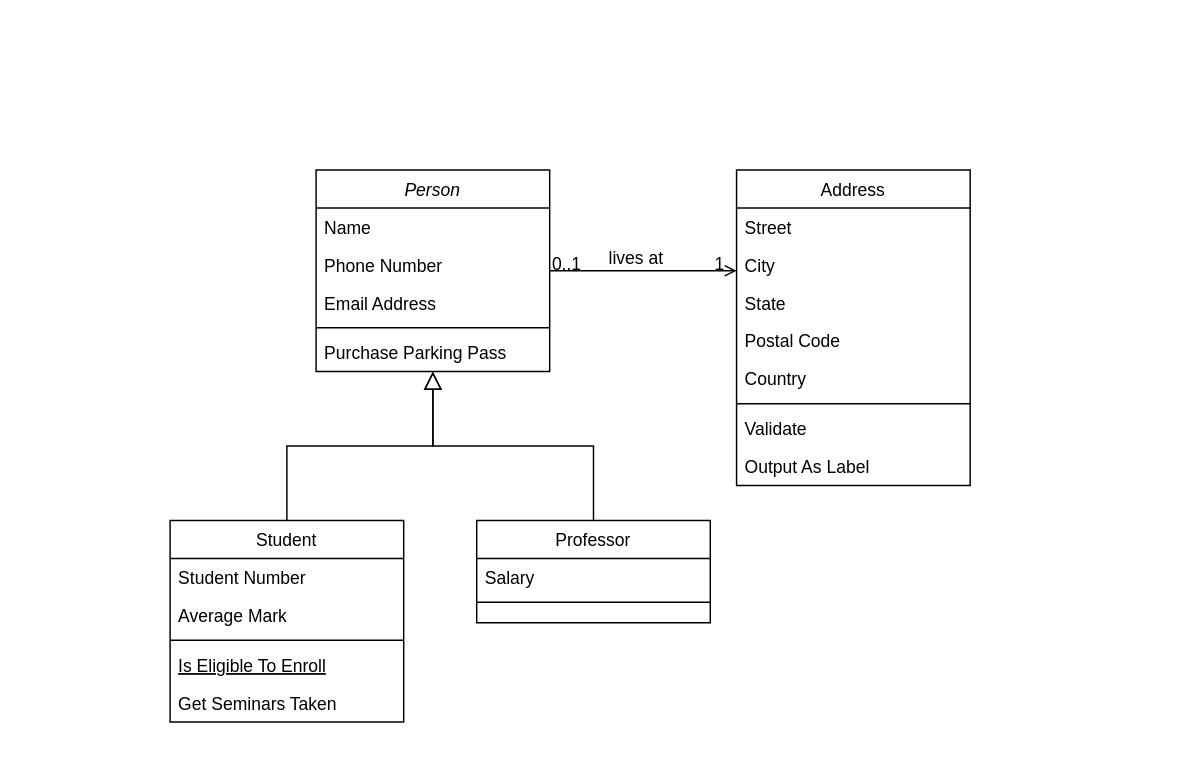
This is website/Untitled Diagram.drawio from Diegotes-DH/grupo_12_Sk8, a draw.io file, before an edit. Source tidied: cells renumbered, new cells numbered last; positions are measured from the earlier drawing's top-left corner, leaving out a move shared by most shapes. Both pictures are drawn from the tidied source at 146%, with x=0, y=0 at pixel (169, 169).
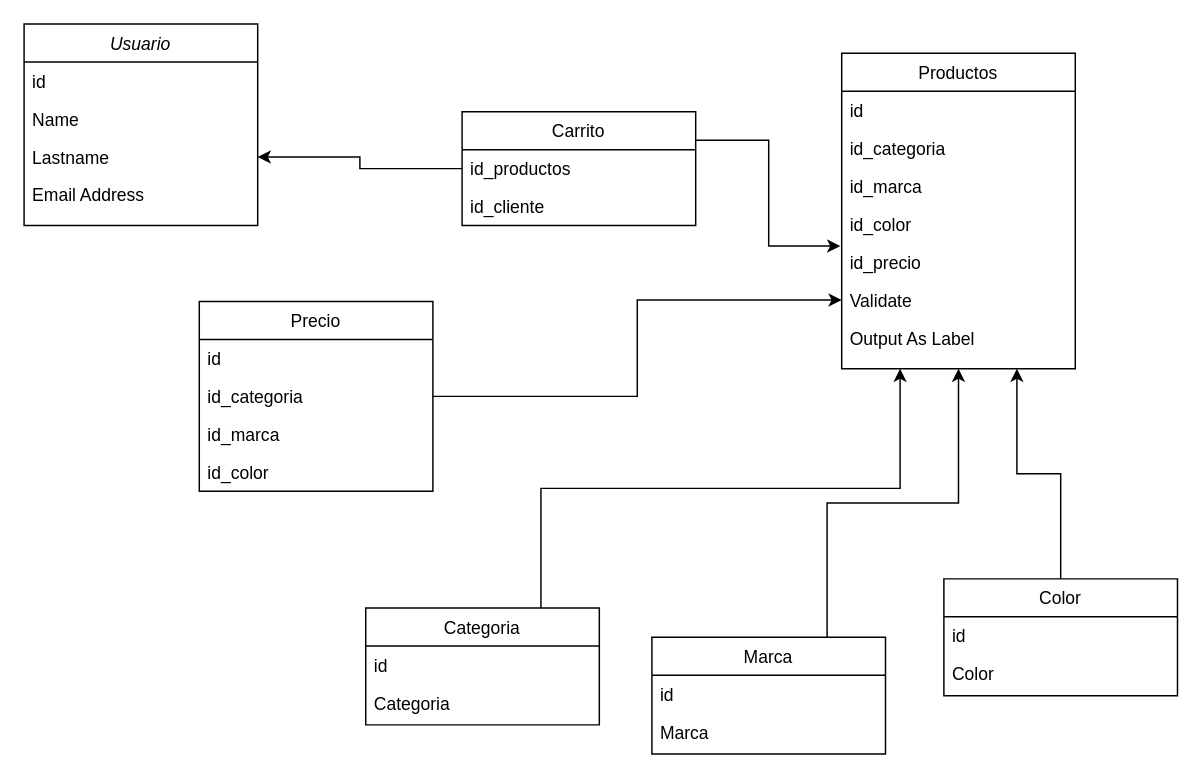
The same page after the edit.

Commit message:
Update database Diagram

Change to the diagram source:
```diff
@@
-    <mxCell id="2" value="Person" style="swimlane;fontStyle=2;align=center;verticalAlign=top;horizontal=1;startSize=26;rounded=0;shadow=0;strokeWidth=1;" parent="1" vertex="1">
-      <mxGeometry x="100" width="160" height="138" as="geometry" />
+    <mxCell id="2" value="Usuario" style="swimlane;fontStyle=2;align=center;verticalAlign=top;horizontal=1;startSize=26;rounded=0;shadow=0;strokeWidth=1;" parent="1" vertex="1">
+      <mxGeometry x="-100" y="-100" width="160" height="138" as="geometry" />
     </mxCell>
-    <mxCell id="3" value="Name" style="text;align=left;verticalAlign=top;spacingLeft=4;spacingRight=4;overflow=hidden;" parent="2" vertex="1">
+    <mxCell id="3" value="id" style="text;align=left;verticalAlign=top;spacingLeft=4;spacingRight=4;overflow=hidden;" parent="2" vertex="1">
       <mxGeometry y="26" width="160" height="26" as="geometry" />
     </mxCell>
-    <mxCell id="4" value="Phone Number" style="text;align=left;verticalAlign=top;spacingLeft=4;spacingRight=4;overflow=hidden;rounded=0;shadow=0;html=0;" parent="2" vertex="1">
+    <mxCell id="4" value="Name" style="text;align=left;verticalAlign=top;spacingLeft=4;spacingRight=4;overflow=hidden;rounded=0;shadow=0;html=0;" parent="2" vertex="1">
       <mxGeometry y="52" width="160" height="26" as="geometry" />
     </mxCell>
-    <mxCell id="5" value="Email Address" style="text;align=left;verticalAlign=top;spacingLeft=4;spacingRight=4;overflow=hidden;points=[[0,0.5],[1,0.5]];portConstraint=eastwest;rounded=0;shadow=0;html=0;" parent="2" vertex="1">
+    <mxCell id="5" value="Lastname" style="text;align=left;verticalAlign=top;spacingLeft=4;spacingRight=4;overflow=hidden;points=[[0,0.5],[1,0.5]];portConstraint=eastwest;rounded=0;shadow=0;html=0;" parent="2" vertex="1">
       <mxGeometry y="78" width="160" height="26" as="geometry" />
     </mxCell>
-    <mxCell id="6" style="line;html=1;strokeWidth=1;align=left;verticalAlign=middle;spacingTop=-1;spacingLeft=3;spacingRight=3;labelPosition=right;" parent="2" vertex="1">
-      <mxGeometry y="104" width="160" height="8" as="geometry" />
-    </mxCell>
-    <mxCell id="7" value="Purchase Parking Pass" style="text;align=left;verticalAlign=top;spacingLeft=4;spacingRight=4;overflow=hidden;" parent="2" vertex="1">
-      <mxGeometry y="112" width="160" height="26" as="geometry" />
+    <mxCell id="7" value="Email Address" style="text;align=left;verticalAlign=top;spacingLeft=4;spacingRight=4;overflow=hidden;" parent="2" vertex="1">
+      <mxGeometry y="104" width="160" height="26" as="geometry" />
     </mxCell>
+    <mxCell id="32" style="edgeStyle=orthogonalEdgeStyle;rounded=0;jettySize=auto;html=1;exitX=0.5;exitY=0;exitDx=0;exitDy=0;entryX=0.75;entryY=1;entryDx=0;entryDy=0;" parent="1" edge="1" source="8" target="19">
+      <mxGeometry relative="1" as="geometry" />
+    </mxCell>
-    <mxCell id="8" value="Student" style="swimlane;fontStyle=0;align=center;verticalAlign=top;horizontal=1;startSize=26;rounded=0;shadow=0;strokeWidth=1;" parent="1" vertex="1">
-      <mxGeometry y="240" width="160" height="138" as="geometry" />
+    <mxCell id="8" value="Color" style="swimlane;fontStyle=0;align=center;verticalAlign=top;horizontal=1;startSize=26;rounded=0;shadow=0;strokeWidth=1;" parent="1" vertex="1">
+      <mxGeometry x="530" y="280" width="160" height="80" as="geometry" />
     </mxCell>
-    <mxCell id="9" value="Student Number" style="text;align=left;verticalAlign=top;spacingLeft=4;spacingRight=4;overflow=hidden;" parent="8" vertex="1">
+    <mxCell id="9" value="id" style="text;align=left;verticalAlign=top;spacingLeft=4;spacingRight=4;overflow=hidden;" parent="8" vertex="1">
       <mxGeometry y="26" width="160" height="26" as="geometry" />
     </mxCell>
-    <mxCell id="10" value="Average Mark" style="text;align=left;verticalAlign=top;spacingLeft=4;spacingRight=4;overflow=hidden;rounded=0;shadow=0;html=0;" parent="8" vertex="1">
+    <mxCell id="10" value="Color" style="text;align=left;verticalAlign=top;spacingLeft=4;spacingRight=4;overflow=hidden;rounded=0;shadow=0;html=0;" parent="8" vertex="1">
       <mxGeometry y="52" width="160" height="26" as="geometry" />
     </mxCell>
-    <mxCell id="11" style="line;html=1;strokeWidth=1;align=left;verticalAlign=middle;spacingTop=-1;spacingLeft=3;spacingRight=3;labelPosition=right;" parent="8" vertex="1">
-      <mxGeometry y="78" width="160" height="8" as="geometry" />
-    </mxCell>
-    <mxCell id="12" value="Is Eligible To Enroll" style="text;align=left;verticalAlign=top;spacingLeft=4;spacingRight=4;overflow=hidden;fontStyle=4;" parent="8" vertex="1">
-      <mxGeometry y="86" width="160" height="26" as="geometry" />
-    </mxCell>
-    <mxCell id="13" value="Get Seminars Taken" style="text;align=left;verticalAlign=top;spacingLeft=4;spacingRight=4;overflow=hidden;" parent="8" vertex="1">
-      <mxGeometry y="112" width="160" height="26" as="geometry" />
-    </mxCell>
-    <mxCell id="14" style="endArrow=block;endSize=10;endFill=0;shadow=0;strokeWidth=1;rounded=0;edgeStyle=elbowEdgeStyle;elbow=vertical;" parent="1" edge="1" source="8" target="2">
-      <mxGeometry relative="1" as="geometry" />
-    </mxCell>
+    <mxCell id="33" style="edgeStyle=orthogonalEdgeStyle;rounded=0;jettySize=auto;html=1;exitX=1;exitY=0.25;exitDx=0;exitDy=0;entryX=-0.006;entryY=0.077;entryDx=0;entryDy=0;entryPerimeter=0;" parent="1" edge="1" source="15" target="24">
+      <mxGeometry relative="1" as="geometry" />
+    </mxCell>
-    <mxCell id="15" value="Professor" style="swimlane;fontStyle=0;align=center;verticalAlign=top;horizontal=1;startSize=26;rounded=0;shadow=0;strokeWidth=1;" parent="1" vertex="1">
-      <mxGeometry x="210" y="240" width="160" height="70" as="geometry" />
+    <mxCell id="15" value="Carrito" style="swimlane;fontStyle=0;align=center;verticalAlign=top;horizontal=1;startSize=26;rounded=0;shadow=0;strokeWidth=1;" parent="1" vertex="1">
+      <mxGeometry x="200" y="-40" width="160" height="78" as="geometry" />
     </mxCell>
-    <mxCell id="16" value="Salary" style="text;align=left;verticalAlign=top;spacingLeft=4;spacingRight=4;overflow=hidden;points=[[0,0.5],[1,0.5]];portConstraint=eastwest;" parent="15" vertex="1">
+    <mxCell id="16" value="id_productos" style="text;align=left;verticalAlign=top;spacingLeft=4;spacingRight=4;overflow=hidden;points=[[0,0.5],[1,0.5]];portConstraint=eastwest;" parent="15" vertex="1">
       <mxGeometry y="26" width="160" height="26" as="geometry" />
     </mxCell>
-    <mxCell id="17" style="line;html=1;strokeWidth=1;align=left;verticalAlign=middle;spacingTop=-1;spacingLeft=3;spacingRight=3;labelPosition=right;" parent="15" vertex="1">
-      <mxGeometry y="52" width="160" height="8" as="geometry" />
-    </mxCell>
-    <mxCell id="18" style="endArrow=block;endSize=10;endFill=0;shadow=0;strokeWidth=1;rounded=0;edgeStyle=elbowEdgeStyle;elbow=vertical;" parent="1" edge="1" source="15" target="2">
-      <mxGeometry relative="1" as="geometry" />
-    </mxCell>
+    <mxCell id="34" value="id_cliente" style="text;align=left;verticalAlign=top;spacingLeft=4;spacingRight=4;overflow=hidden;" parent="15" vertex="1">
+      <mxGeometry y="52" width="160" height="26" as="geometry" />
+    </mxCell>
-    <mxCell id="19" value="Address" style="swimlane;fontStyle=0;align=center;verticalAlign=top;horizontal=1;startSize=26;rounded=0;shadow=0;strokeWidth=1;" parent="1" vertex="1">
-      <mxGeometry x="388" width="160" height="216" as="geometry" />
+    <mxCell id="19" value="Productos" style="swimlane;fontStyle=0;align=center;verticalAlign=top;horizontal=1;startSize=26;rounded=0;shadow=0;strokeWidth=1;" parent="1" vertex="1">
+      <mxGeometry x="460" y="-80" width="160" height="216" as="geometry" />
     </mxCell>
-    <mxCell id="20" value="Street" style="text;align=left;verticalAlign=top;spacingLeft=4;spacingRight=4;overflow=hidden;" parent="19" vertex="1">
+    <mxCell id="20" value="id" style="text;align=left;verticalAlign=top;spacingLeft=4;spacingRight=4;overflow=hidden;" parent="19" vertex="1">
       <mxGeometry y="26" width="160" height="26" as="geometry" />
     </mxCell>
-    <mxCell id="21" value="City" style="text;align=left;verticalAlign=top;spacingLeft=4;spacingRight=4;overflow=hidden;rounded=0;shadow=0;html=0;" parent="19" vertex="1">
+    <mxCell id="21" value="id_categoria" style="text;align=left;verticalAlign=top;spacingLeft=4;spacingRight=4;overflow=hidden;rounded=0;shadow=0;html=0;" parent="19" vertex="1">
       <mxGeometry y="52" width="160" height="26" as="geometry" />
     </mxCell>
-    <mxCell id="22" value="State" style="text;align=left;verticalAlign=top;spacingLeft=4;spacingRight=4;overflow=hidden;rounded=0;shadow=0;html=0;" parent="19" vertex="1">
+    <mxCell id="22" value="id_marca" style="text;align=left;verticalAlign=top;spacingLeft=4;spacingRight=4;overflow=hidden;rounded=0;shadow=0;html=0;" parent="19" vertex="1">
       <mxGeometry y="78" width="160" height="26" as="geometry" />
     </mxCell>
-    <mxCell id="23" value="Postal Code" style="text;align=left;verticalAlign=top;spacingLeft=4;spacingRight=4;overflow=hidden;rounded=0;shadow=0;html=0;" parent="19" vertex="1">
+    <mxCell id="23" value="id_color" style="text;align=left;verticalAlign=top;spacingLeft=4;spacingRight=4;overflow=hidden;rounded=0;shadow=0;html=0;" parent="19" vertex="1">
       <mxGeometry y="104" width="160" height="26" as="geometry" />
     </mxCell>
-    <mxCell id="24" value="Country" style="text;align=left;verticalAlign=top;spacingLeft=4;spacingRight=4;overflow=hidden;points=[[0,0.5],[1,0.5]];portConstraint=eastwest;rounded=0;shadow=0;html=0;" parent="19" vertex="1">
+    <mxCell id="24" value="id_precio" style="text;align=left;verticalAlign=top;spacingLeft=4;spacingRight=4;overflow=hidden;points=[[0,0.5],[1,0.5]];portConstraint=eastwest;rounded=0;shadow=0;html=0;" parent="19" vertex="1">
       <mxGeometry y="130" width="160" height="26" as="geometry" />
     </mxCell>
-    <mxCell id="25" style="line;html=1;strokeWidth=1;align=left;verticalAlign=middle;spacingTop=-1;spacingLeft=3;spacingRight=3;labelPosition=right;" parent="19" vertex="1">
-      <mxGeometry y="156" width="160" height="8" as="geometry" />
-    </mxCell>
     <mxCell id="26" value="Validate" style="text;align=left;verticalAlign=top;spacingLeft=4;spacingRight=4;overflow=hidden;points=[[0,0.5],[1,0.5]];portConstraint=eastwest;" parent="19" vertex="1">
-      <mxGeometry y="164" width="160" height="26" as="geometry" />
+      <mxGeometry y="156" width="160" height="26" as="geometry" />
     </mxCell>
     <mxCell id="27" value="Output As Label" style="text;align=left;verticalAlign=top;spacingLeft=4;spacingRight=4;overflow=hidden;" parent="19" vertex="1">
-      <mxGeometry y="190" width="160" height="26" as="geometry" />
+      <mxGeometry y="182" width="160" height="26" as="geometry" />
     </mxCell>
-    <mxCell id="28" style="endArrow=open;shadow=0;strokeWidth=1;rounded=0;endFill=1;edgeStyle=elbowEdgeStyle;elbow=vertical;" parent="1" edge="1" source="2" target="19">
-      <mxGeometry x="0.5" y="41" relative="1" as="geometry">
-        <mxPoint x="-40" y="32" as="offset" />
-      </mxGeometry>
-    </mxCell>
-    <mxCell id="29" value="0..1" style="align=left;verticalAlign=bottom;labelBackgroundColor=none;fontSize=12;" parent="28" vertex="1">
-      <mxGeometry x="-1" relative="1" as="geometry">
-        <mxPoint y="4" as="offset" />
-      </mxGeometry>
-    </mxCell>
-    <mxCell id="30" value="1" style="align=right;verticalAlign=bottom;labelBackgroundColor=none;fontSize=12;" parent="28" vertex="1">
-      <mxGeometry x="1" relative="1" as="geometry">
-        <mxPoint x="-7" y="4" as="offset" />
-      </mxGeometry>
-    </mxCell>
-    <mxCell id="31" value="lives at" style="text;html=1;align=center;verticalAlign=middle;labelBackgroundColor=none;rounded=0;shadow=0;strokeWidth=1;fontSize=12;" parent="28" vertex="1">
-      <mxGeometry x="0.5" y="49" relative="1" as="geometry">
-        <mxPoint x="-38" y="40" as="offset" />
-      </mxGeometry>
-    </mxCell>
+    <mxCell id="35" style="edgeStyle=orthogonalEdgeStyle;rounded=0;jettySize=auto;html=1;exitX=0.75;exitY=0;exitDx=0;exitDy=0;entryX=0.5;entryY=1;entryDx=0;entryDy=0;" parent="1" edge="1" source="36" target="19">
+      <mxGeometry relative="1" as="geometry" />
+    </mxCell>
+    <mxCell id="36" value="Marca" style="swimlane;fontStyle=0;align=center;verticalAlign=top;horizontal=1;startSize=26;rounded=0;shadow=0;strokeWidth=1;" parent="1" vertex="1">
+      <mxGeometry x="330" y="320" width="160" height="80" as="geometry" />
+    </mxCell>
+    <mxCell id="37" value="id" style="text;align=left;verticalAlign=top;spacingLeft=4;spacingRight=4;overflow=hidden;" parent="36" vertex="1">
+      <mxGeometry y="26" width="160" height="26" as="geometry" />
+    </mxCell>
+    <mxCell id="38" value="Marca" style="text;align=left;verticalAlign=top;spacingLeft=4;spacingRight=4;overflow=hidden;rounded=0;shadow=0;html=0;" parent="36" vertex="1">
+      <mxGeometry y="52" width="160" height="26" as="geometry" />
+    </mxCell>
+    <mxCell id="39" style="edgeStyle=orthogonalEdgeStyle;rounded=0;jettySize=auto;html=1;exitX=0.75;exitY=0;exitDx=0;exitDy=0;entryX=0.25;entryY=1;entryDx=0;entryDy=0;" parent="1" edge="1" source="40" target="19">
+      <mxGeometry relative="1" as="geometry" />
+    </mxCell>
+    <mxCell id="40" value="Categoria" style="swimlane;fontStyle=0;align=center;verticalAlign=top;horizontal=1;startSize=26;rounded=0;shadow=0;strokeWidth=1;" parent="1" vertex="1">
+      <mxGeometry x="134" y="300" width="160" height="80" as="geometry" />
+    </mxCell>
+    <mxCell id="41" value="id" style="text;align=left;verticalAlign=top;spacingLeft=4;spacingRight=4;overflow=hidden;" parent="40" vertex="1">
+      <mxGeometry y="26" width="160" height="26" as="geometry" />
+    </mxCell>
+    <mxCell id="42" value="Categoria" style="text;align=left;verticalAlign=top;spacingLeft=4;spacingRight=4;overflow=hidden;rounded=0;shadow=0;html=0;" parent="40" vertex="1">
+      <mxGeometry y="52" width="160" height="26" as="geometry" />
+    </mxCell>
+    <mxCell id="43" value="Precio" style="swimlane;fontStyle=0;align=center;verticalAlign=top;horizontal=1;startSize=26;rounded=0;shadow=0;strokeWidth=1;" parent="1" vertex="1">
+      <mxGeometry x="20" y="90" width="160" height="130" as="geometry" />
+    </mxCell>
+    <mxCell id="44" value="id" style="text;align=left;verticalAlign=top;spacingLeft=4;spacingRight=4;overflow=hidden;" parent="43" vertex="1">
+      <mxGeometry y="26" width="160" height="26" as="geometry" />
+    </mxCell>
+    <mxCell id="45" value="id_categoria" style="text;align=left;verticalAlign=top;spacingLeft=4;spacingRight=4;overflow=hidden;points=[[0,0.5],[1,0.5]];portConstraint=eastwest;rounded=0;shadow=0;html=0;" parent="43" vertex="1">
+      <mxGeometry y="52" width="160" height="26" as="geometry" />
+    </mxCell>
+    <mxCell id="46" value="id_marca" style="text;align=left;verticalAlign=top;spacingLeft=4;spacingRight=4;overflow=hidden;rounded=0;shadow=0;html=0;" parent="43" vertex="1">
+      <mxGeometry y="78" width="160" height="26" as="geometry" />
+    </mxCell>
+    <mxCell id="47" value="id_color" style="text;align=left;verticalAlign=top;spacingLeft=4;spacingRight=4;overflow=hidden;rounded=0;shadow=0;html=0;" parent="43" vertex="1">
+      <mxGeometry y="104" width="160" height="26" as="geometry" />
+    </mxCell>
+    <mxCell id="48" style="edgeStyle=orthogonalEdgeStyle;rounded=0;jettySize=auto;html=1;exitX=0;exitY=0.5;exitDx=0;exitDy=0;entryX=1;entryY=0.5;entryDx=0;entryDy=0;" parent="1" edge="1" source="16" target="5">
+      <mxGeometry relative="1" as="geometry" />
+    </mxCell>
+    <mxCell id="49" style="edgeStyle=orthogonalEdgeStyle;rounded=0;jettySize=auto;html=1;exitX=1;exitY=0.5;exitDx=0;exitDy=0;entryX=0;entryY=0.5;entryDx=0;entryDy=0;" parent="1" edge="1" source="45" target="26">
+      <mxGeometry relative="1" as="geometry" />
+    </mxCell>
```
